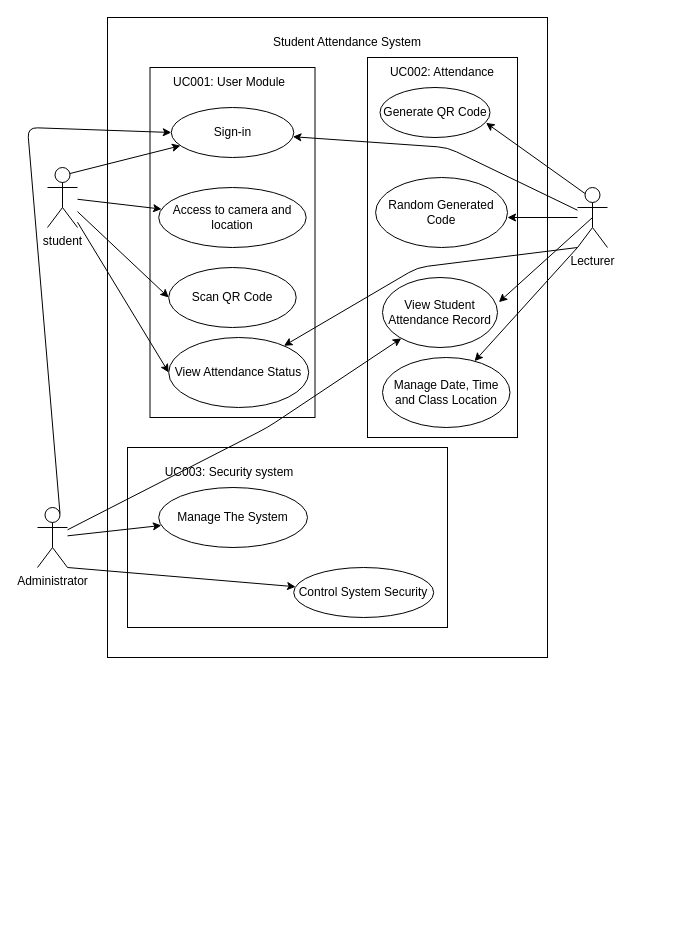
Above: page "usecase" (1 of 2) of project/drawio/cutie/UMLdiagram.drawio in drshahizan/software-engineering (draw.io), before the change. Source tidied: cells renumbered, new cells numbered last; positions are measured from the earlier drawing's top-left corner, leaving out a move shared by most shapes. Both pictures are drawn from the tidied source at 100%, with x=0, y=0 at pixel (27, 17).
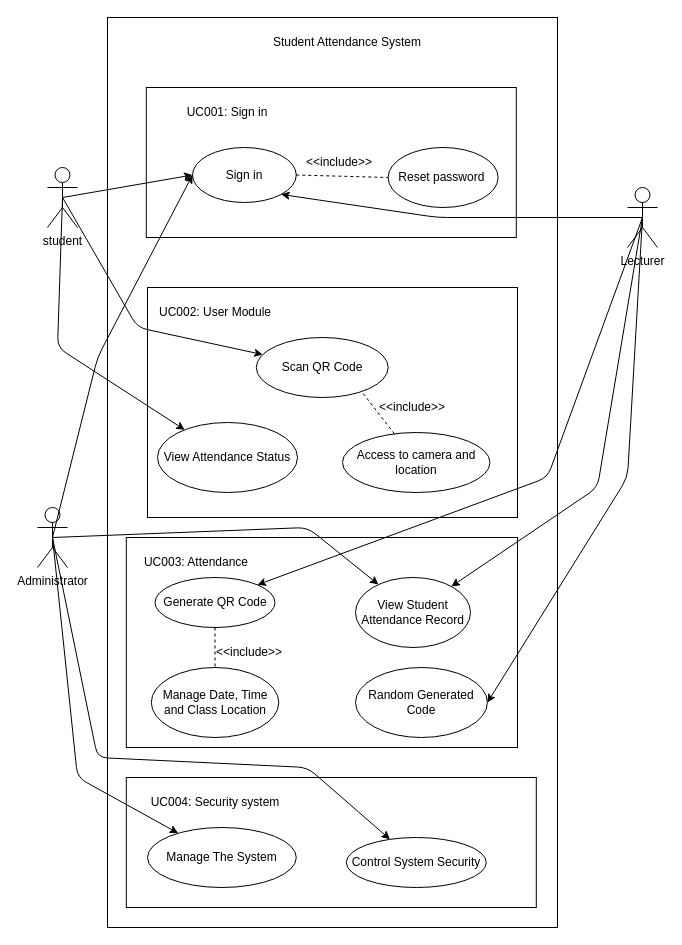
After the change.

Unchanged cells that the change refers to:
```xml
<mxCell id="2" value="student&lt;br&gt;" style="shape=umlActor;verticalLabelPosition=bottom;verticalAlign=top;html=1;outlineConnect=0;" parent="1" vertex="1">
  <mxGeometry x="20" y="150" width="30" height="60" as="geometry" />
</mxCell>
<mxCell id="5" value="Administrator" style="shape=umlActor;verticalLabelPosition=bottom;verticalAlign=top;html=1;outlineConnect=0;" parent="1" vertex="1">
  <mxGeometry x="10" y="490" width="30" height="60" as="geometry" />
</mxCell>
```

What changed in the source:
```diff
@@
     <mxCell id="3" style="rounded=0;whiteSpace=wrap;html=1;" parent="1" vertex="1">
-      <mxGeometry x="80" width="440" height="640" as="geometry" />
+      <mxGeometry x="80" width="450" height="910" as="geometry" />
     </mxCell>
     <mxCell id="4" value="Lecturer" style="shape=umlActor;verticalLabelPosition=bottom;verticalAlign=top;html=1;outlineConnect=0;" parent="1" vertex="1">
-      <mxGeometry x="550" y="170" width="30" height="60" as="geometry" />
+      <mxGeometry x="600" y="170" width="30" height="60" as="geometry" />
     </mxCell>
@@
     <mxCell id="6" style="rounded=0;whiteSpace=wrap;html=1;" parent="1" vertex="1">
-      <mxGeometry x="122.5" y="50" width="165" height="350" as="geometry" />
+      <mxGeometry x="120" y="270" width="370" height="230" as="geometry" />
     </mxCell>
     <mxCell id="7" value="Scan QR Code" style="ellipse;whiteSpace=wrap;html=1;" parent="1" vertex="1">
-      <mxGeometry x="141.2" y="250" width="127.5" height="60" as="geometry" />
+      <mxGeometry x="228.8" y="320" width="131.9" height="60" as="geometry" />
     </mxCell>
     <mxCell id="8" value="View Attendance Status" style="ellipse;whiteSpace=wrap;html=1;" parent="1" vertex="1">
-      <mxGeometry x="141.2" y="320" width="140" height="70" as="geometry" />
+      <mxGeometry x="130" y="405" width="140" height="70" as="geometry" />
     </mxCell>
-    <mxCell id="9" value="Sign-in" style="ellipse;whiteSpace=wrap;html=1;" parent="1" vertex="1">
-      <mxGeometry x="143.8" y="90" width="122.5" height="50" as="geometry" />
-    </mxCell>
     <mxCell id="10" value="Access to camera and location" style="ellipse;whiteSpace=wrap;html=1;" parent="1" vertex="1">
-      <mxGeometry x="131.2" y="170" width="147.5" height="60" as="geometry" />
+      <mxGeometry x="315" y="415" width="147.5" height="60" as="geometry" />
     </mxCell>
-    <mxCell id="11" style="endArrow=classic;html=1;exitX=0.75;exitY=0.1;exitDx=0;exitDy=0;exitPerimeter=0;" parent="1" edge="1" source="2" target="9">
-      <mxGeometry relative="1" as="geometry" />
-    </mxCell>
-    <mxCell id="12" style="endArrow=classic;html=1;" parent="1" edge="1" source="2" target="10">
-      <mxGeometry relative="1" as="geometry" />
-    </mxCell>
-    <mxCell id="13" style="endArrow=classic;html=1;entryX=0;entryY=0.5;entryDx=0;entryDy=0;" parent="1" edge="1" source="2" target="7">
-      <mxGeometry relative="1" as="geometry" />
-    </mxCell>
-    <mxCell id="14" style="endArrow=classic;html=1;entryX=0;entryY=0.5;entryDx=0;entryDy=0;" parent="1" edge="1" source="2" target="8">
-      <mxGeometry relative="1" as="geometry" />
-    </mxCell>
-    <mxCell id="15" value="UC001: User Module" style="text;html=1;strokeColor=none;fillColor=none;align=center;verticalAlign=middle;whiteSpace=wrap;rounded=0;" parent="1" vertex="1">
-      <mxGeometry x="122.5" y="50" width="157.5" height="30" as="geometry" />
+    <mxCell id="15" value="UC002: User Module" style="text;html=1;strokeColor=none;fillColor=none;align=center;verticalAlign=middle;whiteSpace=wrap;rounded=0;" parent="1" vertex="1">
+      <mxGeometry x="108.8" y="280" width="157.5" height="30" as="geometry" />
     </mxCell>
     <mxCell id="16" style="rounded=0;whiteSpace=wrap;html=1;" parent="1" vertex="1">
-      <mxGeometry x="340" y="40" width="150" height="380" as="geometry" />
+      <mxGeometry x="98.8" y="520" width="391.2" height="210" as="geometry" />
     </mxCell>
     <mxCell id="17" value="Generate QR Code" style="ellipse;whiteSpace=wrap;html=1;" parent="1" vertex="1">
-      <mxGeometry x="352.5" y="70" width="110" height="50" as="geometry" />
+      <mxGeometry x="127.5" y="560" width="120" height="50" as="geometry" />
     </mxCell>
     <mxCell id="18" value="Manage Date, Time and Class Location" style="ellipse;whiteSpace=wrap;html=1;" parent="1" vertex="1">
-      <mxGeometry x="355" y="340" width="127.5" height="70" as="geometry" />
+      <mxGeometry x="123.8" y="650" width="127.5" height="70" as="geometry" />
     </mxCell>
     <mxCell id="19" value="View Student Attendance Record" style="ellipse;whiteSpace=wrap;html=1;" parent="1" vertex="1">
-      <mxGeometry x="355" y="260" width="115" height="70" as="geometry" />
+      <mxGeometry x="328" y="560" width="115" height="70" as="geometry" />
     </mxCell>
-    <mxCell id="20" style="endArrow=classic;html=1;exitX=0;exitY=1;exitDx=0;exitDy=0;exitPerimeter=0;" parent="1" edge="1" source="4" target="18">
-      <mxGeometry relative="1" as="geometry" />
-    </mxCell>
-    <mxCell id="21" style="endArrow=classic;html=1;exitX=0.5;exitY=0.5;exitDx=0;exitDy=0;exitPerimeter=0;entryX=1.012;entryY=0.352;entryDx=0;entryDy=0;entryPerimeter=0;" parent="1" edge="1" source="4" target="19">
-      <mxGeometry relative="1" as="geometry" />
-    </mxCell>
-    <mxCell id="22" style="endArrow=classic;html=1;exitX=0.25;exitY=0.1;exitDx=0;exitDy=0;exitPerimeter=0;entryX=0.964;entryY=0.707;entryDx=0;entryDy=0;entryPerimeter=0;" parent="1" edge="1" source="4" target="17">
-      <mxGeometry relative="1" as="geometry" />
-    </mxCell>
-    <mxCell id="23" value="UC002: Attendance" style="text;html=1;strokeColor=none;fillColor=none;align=center;verticalAlign=middle;whiteSpace=wrap;rounded=0;" parent="1" vertex="1">
-      <mxGeometry x="355" y="40" width="120" height="30" as="geometry" />
+    <mxCell id="23" value="UC003: Attendance" style="text;html=1;strokeColor=none;fillColor=none;align=center;verticalAlign=middle;whiteSpace=wrap;rounded=0;" parent="1" vertex="1">
+      <mxGeometry x="108.8" y="530" width="120" height="30" as="geometry" />
     </mxCell>
-    <mxCell id="24" style="endArrow=classic;html=1;" parent="1" edge="1" target="8">
-      <mxGeometry relative="1" as="geometry">
-        <mxPoint x="550" y="230" as="sourcePoint" />
-        <Array as="points">
-          <mxPoint x="390" y="250" />
-        </Array>
-      </mxGeometry>
-    </mxCell>
@@
     <mxCell id="26" style="rounded=0;whiteSpace=wrap;html=1;" parent="1" vertex="1">
-      <mxGeometry x="100" y="430" width="320" height="180" as="geometry" />
+      <mxGeometry x="98.8" y="760" width="410" height="130" as="geometry" />
     </mxCell>
     <mxCell id="27" value="Control System Security" style="ellipse;whiteSpace=wrap;html=1;" parent="1" vertex="1">
-      <mxGeometry x="266.2" y="550" width="140" height="50" as="geometry" />
+      <mxGeometry x="318.8" y="820" width="140" height="50" as="geometry" />
     </mxCell>
     <mxCell id="28" value="Manage The System" style="ellipse;whiteSpace=wrap;html=1;" parent="1" vertex="1">
-      <mxGeometry x="131.2" y="470" width="148.8" height="60" as="geometry" />
+      <mxGeometry x="120" y="810" width="148.8" height="60" as="geometry" />
     </mxCell>
-    <mxCell id="29" value="UC003: Security system" style="text;html=1;strokeColor=none;fillColor=none;align=center;verticalAlign=middle;whiteSpace=wrap;rounded=0;" parent="1" vertex="1">
-      <mxGeometry x="122.5" y="440" width="157.5" height="30" as="geometry" />
+    <mxCell id="29" value="UC004: Security system" style="text;html=1;strokeColor=none;fillColor=none;align=center;verticalAlign=middle;whiteSpace=wrap;rounded=0;" parent="1" vertex="1">
+      <mxGeometry x="108.8" y="770" width="157.5" height="30" as="geometry" />
     </mxCell>
+    <mxCell id="35" value="Random Generated Code" style="ellipse;whiteSpace=wrap;html=1;" parent="1" vertex="1">
+      <mxGeometry x="328" y="650" width="131.9" height="70" as="geometry" />
+    </mxCell>
+    <mxCell id="37" style="rounded=0;whiteSpace=wrap;html=1;" parent="1" vertex="1">
+      <mxGeometry x="118.8" y="70" width="370" height="150" as="geometry" />
+    </mxCell>
+    <mxCell id="38" value="UC001: Sign in" style="text;html=1;strokeColor=none;fillColor=none;align=center;verticalAlign=middle;whiteSpace=wrap;rounded=0;" parent="1" vertex="1">
+      <mxGeometry x="118.1" y="80" width="163.8" height="30" as="geometry" />
+    </mxCell>
+    <mxCell id="39" value="Sign in" style="ellipse;whiteSpace=wrap;html=1;" parent="1" vertex="1">
+      <mxGeometry x="165" y="130" width="103.8" height="55" as="geometry" />
+    </mxCell>
+    <mxCell id="40" value="Reset password&amp;nbsp;" style="ellipse;whiteSpace=wrap;html=1;" parent="1" vertex="1">
+      <mxGeometry x="360.6" y="130" width="110" height="60" as="geometry" />
+    </mxCell>
+    <mxCell id="41" style="endArrow=classic;html=1;entryX=0;entryY=0.5;entryDx=0;entryDy=0;exitX=0.5;exitY=0.5;exitDx=0;exitDy=0;exitPerimeter=0;" parent="1" edge="1" source="2" target="39">
+      <mxGeometry relative="1" as="geometry" />
+    </mxCell>
+    <mxCell id="42" style="endArrow=classic;html=1;exitX=0.5;exitY=0.5;exitDx=0;exitDy=0;exitPerimeter=0;entryX=0;entryY=0.5;entryDx=0;entryDy=0;" parent="1" edge="1" source="5" target="39">
+      <mxGeometry relative="1" as="geometry">
+        <Array as="points">
+          <mxPoint x="70" y="340" />
+        </Array>
+      </mxGeometry>
+    </mxCell>
+    <mxCell id="43" style="endArrow=classic;html=1;exitX=0.5;exitY=0.5;exitDx=0;exitDy=0;exitPerimeter=0;entryX=1;entryY=1;entryDx=0;entryDy=0;" parent="1" edge="1" source="4" target="39">
+      <mxGeometry relative="1" as="geometry">
+        <Array as="points">
+          <mxPoint x="410" y="200" />
+        </Array>
+      </mxGeometry>
+    </mxCell>
+    <mxCell id="44" style="endArrow=none;dashed=1;html=1;exitX=1;exitY=0.5;exitDx=0;exitDy=0;entryX=0;entryY=0.5;entryDx=0;entryDy=0;" parent="1" edge="1" source="39" target="40">
+      <mxGeometry relative="1" as="geometry" />
+    </mxCell>
+    <mxCell id="45" value="&amp;lt;&amp;lt;include&amp;gt;&amp;gt;" style="text;html=1;strokeColor=none;fillColor=none;align=center;verticalAlign=middle;whiteSpace=wrap;rounded=0;" parent="1" vertex="1">
+      <mxGeometry x="281.9" y="130" width="60" height="30" as="geometry" />
+    </mxCell>
+    <mxCell id="13" style="endArrow=classic;html=1;exitX=0.5;exitY=0.5;exitDx=0;exitDy=0;exitPerimeter=0;" parent="1" edge="1" source="2" target="7">
+      <mxGeometry relative="1" as="geometry">
+        <Array as="points">
+          <mxPoint x="110" y="310" />
+        </Array>
+      </mxGeometry>
+    </mxCell>
+    <mxCell id="46" style="endArrow=none;dashed=1;html=1;entryX=0.798;entryY=0.9;entryDx=0;entryDy=0;entryPerimeter=0;" parent="1" edge="1" source="10" target="7">
+      <mxGeometry relative="1" as="geometry" />
+    </mxCell>
+    <mxCell id="47" value="&amp;lt;&amp;lt;include&amp;gt;&amp;gt;" style="text;html=1;strokeColor=none;fillColor=none;align=center;verticalAlign=middle;whiteSpace=wrap;rounded=0;" parent="1" vertex="1">
+      <mxGeometry x="355" y="375" width="60" height="30" as="geometry" />
+    </mxCell>
+    <mxCell id="14" style="endArrow=classic;html=1;exitX=0.5;exitY=0.5;exitDx=0;exitDy=0;exitPerimeter=0;" parent="1" edge="1" source="2" target="8">
+      <mxGeometry relative="1" as="geometry">
+        <Array as="points">
+          <mxPoint x="30" y="330" />
+        </Array>
+      </mxGeometry>
+    </mxCell>
+    <mxCell id="22" style="endArrow=classic;html=1;exitX=0.5;exitY=0.5;exitDx=0;exitDy=0;exitPerimeter=0;entryX=1;entryY=0;entryDx=0;entryDy=0;" parent="1" edge="1" source="4" target="17">
+      <mxGeometry relative="1" as="geometry">
+        <Array as="points">
+          <mxPoint x="520" y="460" />
+        </Array>
+      </mxGeometry>
+    </mxCell>
+    <mxCell id="21" style="endArrow=classic;html=1;exitX=0.5;exitY=0.5;exitDx=0;exitDy=0;exitPerimeter=0;" parent="1" edge="1" source="4" target="19">
+      <mxGeometry relative="1" as="geometry">
+        <Array as="points">
+          <mxPoint x="570" y="470" />
+        </Array>
+      </mxGeometry>
+    </mxCell>
+    <mxCell id="48" style="endArrow=classic;html=1;exitX=0.5;exitY=0.5;exitDx=0;exitDy=0;exitPerimeter=0;entryX=1;entryY=0.5;entryDx=0;entryDy=0;" parent="1" edge="1" source="4" target="35">
+      <mxGeometry relative="1" as="geometry">
+        <Array as="points">
+          <mxPoint x="600" y="460" />
+        </Array>
+      </mxGeometry>
+    </mxCell>
+    <mxCell id="49" style="endArrow=none;dashed=1;html=1;exitX=0.5;exitY=1;exitDx=0;exitDy=0;" parent="1" edge="1" source="17" target="18">
+      <mxGeometry relative="1" as="geometry" />
+    </mxCell>
+    <mxCell id="50" value="&amp;lt;&amp;lt;include&amp;gt;&amp;gt;" style="text;html=1;strokeColor=none;fillColor=none;align=center;verticalAlign=middle;whiteSpace=wrap;rounded=0;" parent="1" vertex="1">
+      <mxGeometry x="192" y="620" width="60" height="30" as="geometry" />
+    </mxCell>
-    <mxCell id="30" style="endArrow=classic;html=1;" parent="1" edge="1" source="5" target="28">
-      <mxGeometry relative="1" as="geometry" />
+    <mxCell id="30" style="endArrow=classic;html=1;exitX=0.5;exitY=0.5;exitDx=0;exitDy=0;exitPerimeter=0;" parent="1" edge="1" source="5" target="28">
+      <mxGeometry relative="1" as="geometry">
+        <Array as="points">
+          <mxPoint x="50" y="760" />
+        </Array>
+      </mxGeometry>
     </mxCell>
-    <mxCell id="31" style="endArrow=classic;html=1;exitX=1;exitY=1;exitDx=0;exitDy=0;exitPerimeter=0;" parent="1" edge="1" source="5" target="27">
-      <mxGeometry relative="1" as="geometry" />
+    <mxCell id="31" style="endArrow=classic;html=1;exitX=0.5;exitY=0.5;exitDx=0;exitDy=0;exitPerimeter=0;" parent="1" edge="1" source="5" target="27">
+      <mxGeometry relative="1" as="geometry">
+        <Array as="points">
+          <mxPoint x="70" y="740" />
+          <mxPoint x="280" y="750" />
+        </Array>
+      </mxGeometry>
     </mxCell>
-    <mxCell id="32" style="endArrow=classic;html=1;" parent="1" edge="1" source="5" target="19">
+    <mxCell id="32" style="endArrow=classic;html=1;exitX=0.5;exitY=0.5;exitDx=0;exitDy=0;exitPerimeter=0;" parent="1" edge="1" source="5" target="19">
       <mxGeometry relative="1" as="geometry">
         <Array as="points">
-          <mxPoint x="240" y="410" />
+          <mxPoint x="280" y="510" />
         </Array>
       </mxGeometry>
     </mxCell>
-    <mxCell id="33" style="endArrow=classic;html=1;" parent="1" edge="1" source="4" target="9">
-      <mxGeometry relative="1" as="geometry">
-        <Array as="points">
-          <mxPoint x="420" y="130" />
-        </Array>
-      </mxGeometry>
-    </mxCell>
-    <mxCell id="34" style="endArrow=classic;html=1;exitX=0.75;exitY=0.1;exitDx=0;exitDy=0;exitPerimeter=0;entryX=0;entryY=0.5;entryDx=0;entryDy=0;" parent="1" edge="1" source="5" target="9">
-      <mxGeometry relative="1" as="geometry">
-        <Array as="points">
-          <mxPoint y="110" />
-        </Array>
-      </mxGeometry>
-    </mxCell>
-    <mxCell id="35" value="Random Generated Code" style="ellipse;whiteSpace=wrap;html=1;" parent="1" vertex="1">
-      <mxGeometry x="348.1" y="160" width="131.9" height="70" as="geometry" />
-    </mxCell>
-    <mxCell id="36" style="endArrow=classic;html=1;" parent="1" edge="1" source="4">
-      <mxGeometry relative="1" as="geometry">
-        <mxPoint x="480" y="200" as="targetPoint" />
-      </mxGeometry>
-    </mxCell>
```
